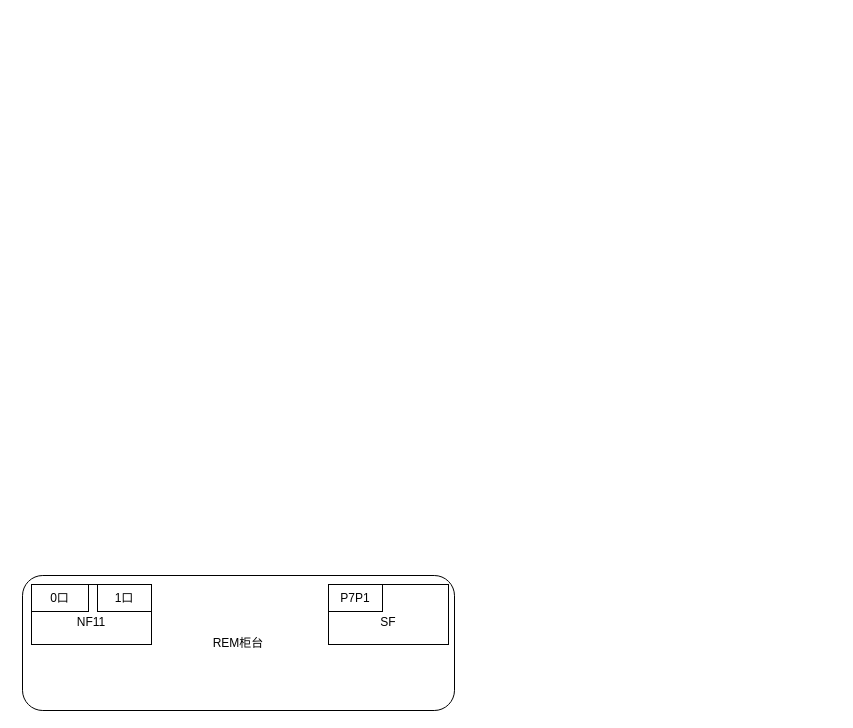
Above: 未命名绘图.drawio in wangshilin123/ansiblePlaybook_mysql8 (draw.io), before the change. Source tidied: cells renumbered, new cells numbered last; positions are measured from the earlier drawing's top-left corner, leaving out a move shared by most shapes. Both pictures are drawn from the tidied source at 100%, with x=0, y=0 at pixel (22, 575).
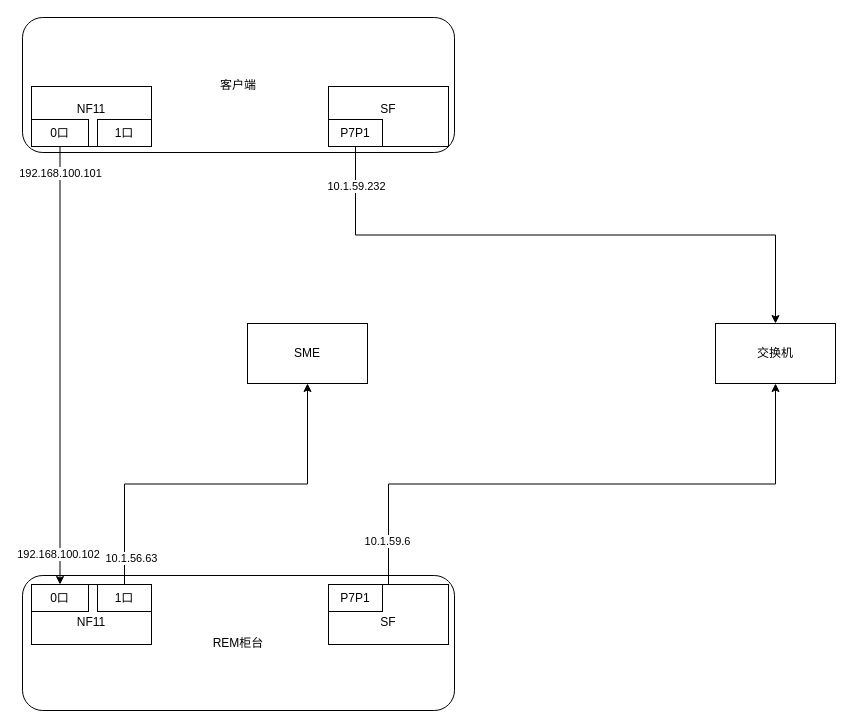
The same page after the edit.

Commit message (it also covers changes not shown here):
更新未命名绘图.drawio

Unchanged cells that the change refers to:
```xml
<mxCell id="4" value="&lt;div&gt;&lt;br&gt;&lt;/div&gt;SF&lt;div&gt;&lt;/div&gt;&lt;div&gt;&lt;/div&gt;" style="rounded=0;whiteSpace=wrap;html=1;" parent="1" vertex="1">
  <mxGeometry x="306" y="9" width="120" height="60" as="geometry" />
</mxCell>
<mxCell id="5" value="0口" style="rounded=0;whiteSpace=wrap;html=1;" parent="1" vertex="1">
  <mxGeometry x="9" y="9" width="57" height="27" as="geometry" />
</mxCell>
<mxCell id="6" value="1口" style="rounded=0;whiteSpace=wrap;html=1;" parent="1" vertex="1">
  <mxGeometry x="75" y="9" width="54" height="27" as="geometry" />
</mxCell>
```

Change to the diagram source:
```diff
@@
+    <mxCell id="8" style="edgeStyle=orthogonalEdgeStyle;rounded=0;jettySize=auto;html=1;exitX=0.5;exitY=0;exitDx=0;exitDy=0;entryX=0.5;entryY=1;entryDx=0;entryDy=0;" parent="1" edge="1" source="4" target="23">
+      <mxGeometry relative="1" as="geometry" />
+    </mxCell>
+    <mxCell id="9" value="10.1.59.6" style="edgeLabel;html=1;align=center;verticalAlign=middle;" parent="8" vertex="1">
+      <mxGeometry x="-0.85" y="2" relative="1" as="geometry" />
+    </mxCell>
@@
+    <mxCell id="10" style="edgeStyle=orthogonalEdgeStyle;rounded=0;jettySize=auto;html=1;exitX=0.5;exitY=0;exitDx=0;exitDy=0;entryX=0.5;entryY=1;entryDx=0;entryDy=0;" parent="1" edge="1" source="6" target="24">
+      <mxGeometry relative="1" as="geometry" />
+    </mxCell>
+    <mxCell id="11" value="10.1.56.63" style="edgeLabel;html=1;align=center;verticalAlign=middle;" parent="10" vertex="1">
+      <mxGeometry x="-0.86" y="-1" relative="1" as="geometry">
+        <mxPoint x="5" as="offset" />
+      </mxGeometry>
+    </mxCell>
@@
+    <mxCell id="12" value="客户端" style="rounded=1;whiteSpace=wrap;html=1;" parent="1" vertex="1">
+      <mxGeometry y="-558" width="432" height="135" as="geometry" />
+    </mxCell>
+    <mxCell id="13" value="&lt;div&gt;&lt;span style=&quot;background-color: transparent; color: light-dark(rgb(0, 0, 0), rgb(255, 255, 255));&quot;&gt;NF11&lt;/span&gt;&lt;br&gt;&lt;/div&gt;&lt;div&gt;&lt;span style=&quot;background-color: transparent; color: light-dark(rgb(0, 0, 0), rgb(255, 255, 255));&quot;&gt;&lt;br&gt;&lt;/span&gt;&lt;/div&gt;" style="rounded=0;whiteSpace=wrap;html=1;" parent="1" vertex="1">
+      <mxGeometry x="9" y="-489" width="120" height="60" as="geometry" />
+    </mxCell>
+    <mxCell id="14" value="&lt;div&gt;&lt;span style=&quot;background-color: transparent; color: light-dark(rgb(0, 0, 0), rgb(255, 255, 255));&quot;&gt;SF&lt;/span&gt;&lt;br&gt;&lt;/div&gt;&lt;div&gt;&lt;span style=&quot;background-color: transparent; color: light-dark(rgb(0, 0, 0), rgb(255, 255, 255));&quot;&gt;&lt;br&gt;&lt;/span&gt;&lt;/div&gt;&lt;div&gt;&lt;/div&gt;&lt;div&gt;&lt;/div&gt;" style="rounded=0;whiteSpace=wrap;html=1;" parent="1" vertex="1">
+      <mxGeometry x="306" y="-489" width="120" height="60" as="geometry" />
+    </mxCell>
+    <mxCell id="15" style="edgeStyle=orthogonalEdgeStyle;rounded=0;jettySize=auto;html=1;exitX=0.5;exitY=1;exitDx=0;exitDy=0;" parent="1" edge="1" source="18" target="5">
+      <mxGeometry relative="1" as="geometry" />
+    </mxCell>
+    <mxCell id="16" value="192.168.100.101" style="edgeLabel;html=1;align=center;verticalAlign=middle;" parent="15" vertex="1">
+      <mxGeometry x="-0.88" relative="1" as="geometry" />
+    </mxCell>
+    <mxCell id="17" value="192.168.100.102" style="edgeLabel;html=1;align=center;verticalAlign=middle;" parent="15" vertex="1">
+      <mxGeometry x="0.86" y="-2" relative="1" as="geometry" />
+    </mxCell>
+    <mxCell id="18" value="0口" style="rounded=0;whiteSpace=wrap;html=1;" parent="1" vertex="1">
+      <mxGeometry x="9" y="-456" width="57" height="27" as="geometry" />
+    </mxCell>
+    <mxCell id="19" value="1口" style="rounded=0;whiteSpace=wrap;html=1;" parent="1" vertex="1">
+      <mxGeometry x="75" y="-456" width="54" height="27" as="geometry" />
+    </mxCell>
+    <mxCell id="20" style="edgeStyle=orthogonalEdgeStyle;rounded=0;jettySize=auto;html=1;exitX=0.5;exitY=1;exitDx=0;exitDy=0;entryX=0.5;entryY=0;entryDx=0;entryDy=0;" parent="1" edge="1" source="22" target="23">
+      <mxGeometry relative="1" as="geometry" />
+    </mxCell>
+    <mxCell id="21" value="10.1.59.232" style="edgeLabel;html=1;align=center;verticalAlign=middle;" parent="20" vertex="1">
+      <mxGeometry x="-0.87" relative="1" as="geometry" />
+    </mxCell>
+    <mxCell id="22" value="P7P1" style="rounded=0;whiteSpace=wrap;html=1;" parent="1" vertex="1">
+      <mxGeometry x="306" y="-456" width="54" height="27" as="geometry" />
+    </mxCell>
+    <mxCell id="23" value="交换机" style="rounded=0;whiteSpace=wrap;html=1;" parent="1" vertex="1">
+      <mxGeometry x="693" y="-252" width="120" height="60" as="geometry" />
+    </mxCell>
+    <mxCell id="24" value="SME" style="rounded=0;whiteSpace=wrap;html=1;" parent="1" vertex="1">
+      <mxGeometry x="225" y="-252" width="120" height="60" as="geometry" />
+    </mxCell>
```
